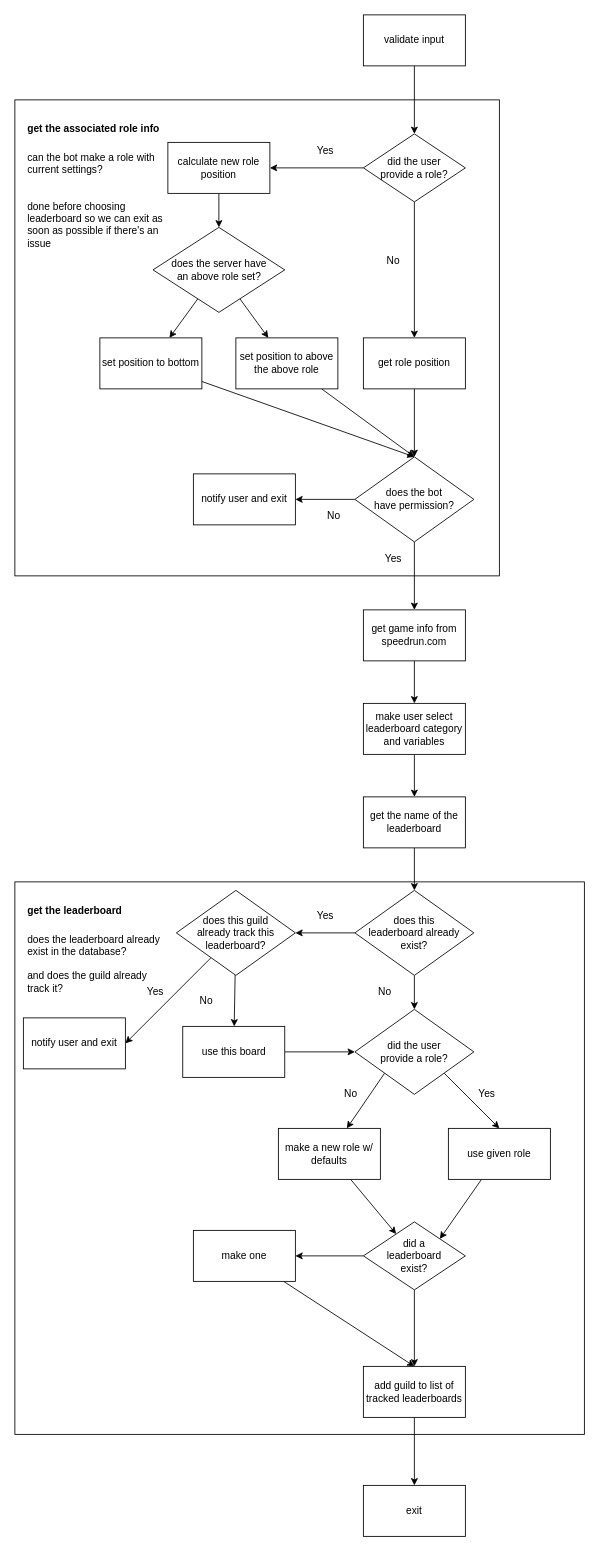
mitchell-merry/src-wrs-bot-v2 keeps this draw.io diagram as src/discord/commands/leaderboard/leaderboard.add.drawio. Above is the earlier version. Source tidied: cells renumbered, new cells numbered last; positions are measured from the earlier drawing's top-left corner, leaving out a move shared by most shapes. Both pictures are drawn from the tidied source at 85%, with x=0, y=0 at pixel (14, 14).
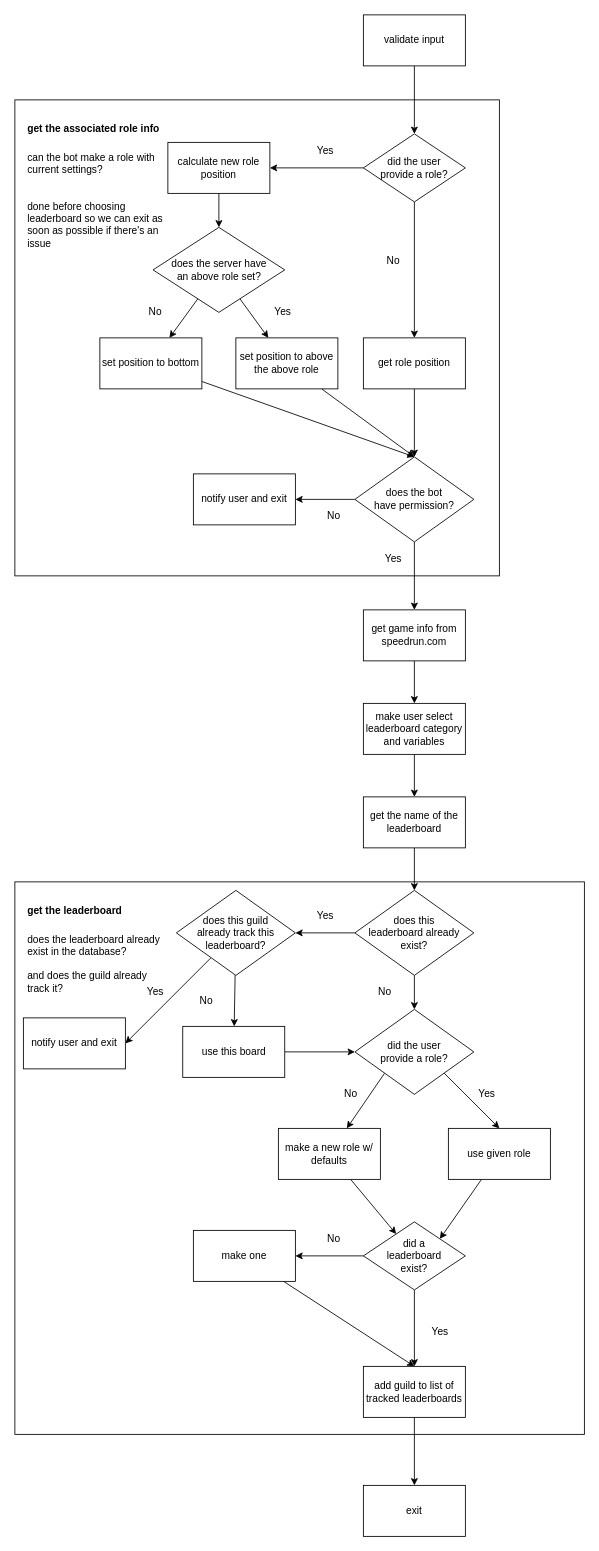
Above is the later version.

Commit message:
Add missing yes/no labels.

What changed in the source:
```diff
@@
+    <mxCell id="66" value="Yes" style="text;html=1;align=center;verticalAlign=middle;fillColor=none;strokeColor=none;rounded=0;" parent="1" vertex="1">
+      <mxGeometry x="480" y="1540" width="40" height="20" as="geometry" />
+    </mxCell>
+    <mxCell id="67" value="No" style="text;html=1;align=center;verticalAlign=middle;fillColor=none;strokeColor=none;rounded=0;" parent="1" vertex="1">
+      <mxGeometry x="360" y="1430" width="30" height="20" as="geometry" />
+    </mxCell>
+    <mxCell id="68" value="Yes" style="text;html=1;align=center;verticalAlign=middle;fillColor=none;strokeColor=none;rounded=0;" parent="1" vertex="1">
+      <mxGeometry x="300" y="340" width="30" height="20" as="geometry" />
+    </mxCell>
+    <mxCell id="69" value="No" style="text;html=1;align=center;verticalAlign=middle;fillColor=none;strokeColor=none;rounded=0;" parent="1" vertex="1">
+      <mxGeometry x="150" y="340" width="30" height="20" as="geometry" />
+    </mxCell>
```
